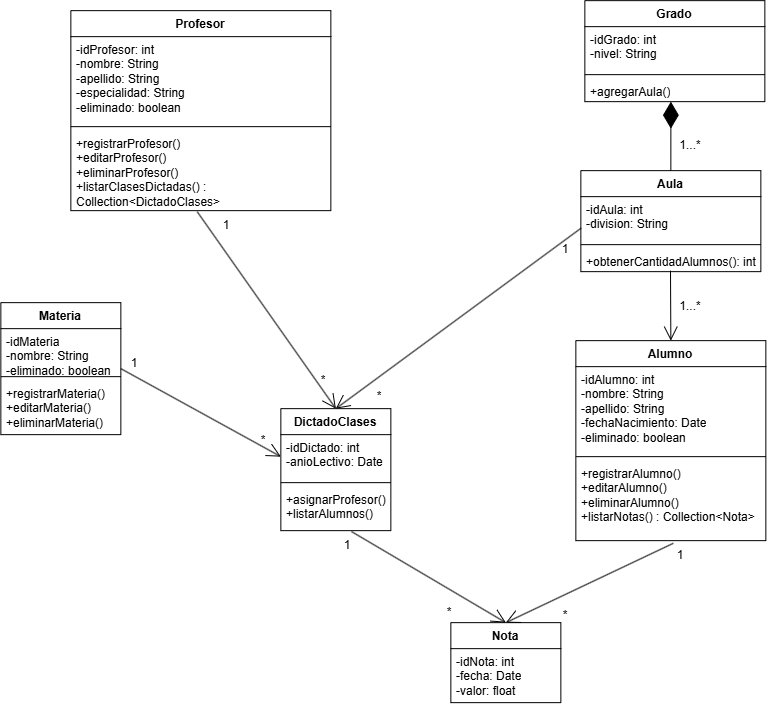
Earlier version of the draw.io export TRABAJO-PRACTICO-GUIA-NO-1/EJERCICIO6/a.AyD/DDC-EJ6.drawio.png (GabrielLeiva05/IS2-2026-33-DE-ESPADAS). Source tidied: cells renumbered, new cells last; positions are measured from the earlier drawing's top-left corner, leaving out a move shared by most shapes. Source of this version:
```xml
<mxGraphModel>
  <root>
    <mxCell id="0" />
    <mxCell id="1" parent="0" />
    <mxCell id="2" value="Alumno" style="swimlane;fontStyle=1;align=center;verticalAlign=top;horizontal=1;startSize=26;whiteSpace=wrap;html=1;" parent="1" vertex="1">
      <mxGeometry x="575" y="340" width="190" height="200" as="geometry" />
    </mxCell>
    <mxCell id="3" value="-idAlumno: int&lt;div&gt;-nombre: String&lt;/div&gt;&lt;div&gt;-apellido: String&lt;/div&gt;&lt;div&gt;-fechaNacimiento: Date&lt;/div&gt;&lt;div&gt;-eliminado: boolean&lt;/div&gt;" style="text;strokeColor=none;fillColor=none;align=left;verticalAlign=top;spacingLeft=4;spacingRight=4;overflow=hidden;whiteSpace=wrap;html=1;" parent="2" vertex="1">
      <mxGeometry y="26" width="190" height="86" as="geometry" />
    </mxCell>
    <mxCell id="4" style="line;strokeWidth=1;fillColor=none;align=left;verticalAlign=middle;spacingTop=-1;spacingLeft=3;spacingRight=3;labelPosition=right;strokeColor=inherit;" parent="2" vertex="1">
      <mxGeometry y="112" width="190" height="8" as="geometry" />
    </mxCell>
    <mxCell id="5" value="+registrarAlumno()&lt;div&gt;+editarAlumno()&lt;/div&gt;&lt;div&gt;+eliminarAlumno()&lt;/div&gt;&lt;div&gt;+listarNotas() : Collection&amp;lt;Nota&amp;gt;&lt;/div&gt;&lt;div&gt;&lt;br&gt;&lt;/div&gt;" style="text;strokeColor=none;fillColor=none;align=left;verticalAlign=top;spacingLeft=4;spacingRight=4;overflow=hidden;points=[[0,0.5],[1,0.5]];portConstraint=eastwest;whiteSpace=wrap;html=1;" parent="2" vertex="1">
      <mxGeometry y="120" width="190" height="80" as="geometry" />
    </mxCell>
    <mxCell id="6" value="Profesor" style="swimlane;fontStyle=1;align=center;verticalAlign=top;horizontal=1;startSize=26;whiteSpace=wrap;html=1;" parent="1" vertex="1">
      <mxGeometry x="70" y="10" width="260" height="200" as="geometry" />
    </mxCell>
    <mxCell id="7" value="-idProfesor: int&lt;div&gt;-nombre: String&lt;/div&gt;&lt;div&gt;-apellido: String&lt;/div&gt;&lt;div&gt;-especialidad: String&lt;/div&gt;&lt;div&gt;-eliminado: boolean&lt;/div&gt;" style="text;strokeColor=none;fillColor=none;align=left;verticalAlign=top;spacingLeft=4;spacingRight=4;overflow=hidden;whiteSpace=wrap;html=1;" parent="6" vertex="1">
      <mxGeometry y="26" width="260" height="86" as="geometry" />
    </mxCell>
    <mxCell id="8" style="line;strokeWidth=1;fillColor=none;align=left;verticalAlign=middle;spacingTop=-1;spacingLeft=3;spacingRight=3;labelPosition=right;strokeColor=inherit;" parent="6" vertex="1">
      <mxGeometry y="112" width="260" height="8" as="geometry" />
    </mxCell>
    <mxCell id="9" value="+registrarProfesor()&lt;div&gt;+editarProfesor()&lt;/div&gt;&lt;div&gt;+eliminarProfesor()&lt;/div&gt;&lt;div&gt;+listarClasesDictadas() : Collection&amp;lt;DictadoClases&amp;gt;&lt;/div&gt;&lt;div&gt;&lt;br&gt;&lt;/div&gt;" style="text;strokeColor=none;fillColor=none;align=left;verticalAlign=top;spacingLeft=4;spacingRight=4;overflow=hidden;points=[[0,0.5],[1,0.5]];portConstraint=eastwest;whiteSpace=wrap;html=1;" parent="6" vertex="1">
      <mxGeometry y="120" width="260" height="80" as="geometry" />
    </mxCell>
    <mxCell id="10" value="DictadoClases" style="swimlane;fontStyle=1;align=center;verticalAlign=top;horizontal=1;startSize=26;whiteSpace=wrap;html=1;" parent="1" vertex="1">
      <mxGeometry x="280" y="408" width="110" height="122" as="geometry" />
    </mxCell>
    <mxCell id="11" value="-idDictado: int&lt;div&gt;-anioLectivo: Date&lt;/div&gt;&lt;div&gt;&lt;br&gt;&lt;/div&gt;" style="text;strokeColor=none;fillColor=none;align=left;verticalAlign=top;spacingLeft=4;spacingRight=4;overflow=hidden;points=[[0,0.5],[1,0.5]];portConstraint=eastwest;whiteSpace=wrap;html=1;" parent="10" vertex="1">
      <mxGeometry y="26" width="110" height="44" as="geometry" />
    </mxCell>
    <mxCell id="12" style="line;strokeWidth=1;fillColor=none;align=left;verticalAlign=middle;spacingTop=-1;spacingLeft=3;spacingRight=3;labelPosition=right;strokeColor=inherit;" parent="10" vertex="1">
      <mxGeometry y="70" width="110" height="8" as="geometry" />
    </mxCell>
    <mxCell id="13" value="&lt;div&gt;+asignarProfesor()&lt;/div&gt;&lt;div&gt;+listarAlumnos()&lt;/div&gt;" style="text;strokeColor=none;fillColor=none;align=left;verticalAlign=top;spacingLeft=4;spacingRight=4;overflow=hidden;points=[[0,0.5],[1,0.5]];portConstraint=eastwest;whiteSpace=wrap;html=1;" parent="10" vertex="1">
      <mxGeometry y="78" width="110" height="44" as="geometry" />
    </mxCell>
    <mxCell id="14" value="Nota" style="swimlane;fontStyle=1;align=center;verticalAlign=top;horizontal=1;startSize=26;whiteSpace=wrap;html=1;" parent="1" vertex="1">
      <mxGeometry x="450" y="622" width="110" height="80" as="geometry" />
    </mxCell>
    <mxCell id="15" value="-idNota: int&lt;div&gt;-fecha: Date&lt;/div&gt;&lt;div&gt;-valor: float&lt;/div&gt;" style="text;strokeColor=none;fillColor=none;align=left;verticalAlign=top;spacingLeft=4;spacingRight=4;overflow=hidden;whiteSpace=wrap;html=1;" parent="14" vertex="1">
      <mxGeometry y="26" width="110" height="54" as="geometry" />
    </mxCell>
    <mxCell id="16" value="Materia" style="swimlane;fontStyle=1;align=center;verticalAlign=top;horizontal=1;startSize=26;whiteSpace=wrap;html=1;" parent="1" vertex="1">
      <mxGeometry y="302" width="120" height="132" as="geometry" />
    </mxCell>
    <mxCell id="17" value="&lt;div&gt;-idMateria&lt;/div&gt;&lt;div&gt;-nombre: String&lt;/div&gt;&lt;div&gt;-eliminado: boolean&lt;/div&gt;" style="text;strokeColor=none;fillColor=none;align=left;verticalAlign=top;spacingLeft=4;spacingRight=4;overflow=hidden;whiteSpace=wrap;html=1;" parent="16" vertex="1">
      <mxGeometry y="26" width="120" height="44" as="geometry" />
    </mxCell>
    <mxCell id="18" style="line;strokeWidth=1;fillColor=none;align=left;verticalAlign=middle;spacingTop=-1;spacingLeft=3;spacingRight=3;labelPosition=right;strokeColor=inherit;" parent="16" vertex="1">
      <mxGeometry y="70" width="120" height="8" as="geometry" />
    </mxCell>
    <mxCell id="19" value="+registrarMateria()&lt;div&gt;+editarMateria()&lt;/div&gt;&lt;div&gt;+eliminarMateria()&lt;/div&gt;" style="text;strokeColor=none;fillColor=none;align=left;verticalAlign=top;spacingLeft=4;spacingRight=4;overflow=hidden;whiteSpace=wrap;html=1;" parent="16" vertex="1">
      <mxGeometry y="78" width="120" height="54" as="geometry" />
    </mxCell>
    <mxCell id="20" value="Aula" style="swimlane;fontStyle=1;align=center;verticalAlign=top;horizontal=1;startSize=26;whiteSpace=wrap;html=1;" parent="1" vertex="1">
      <mxGeometry x="580" y="170" width="180" height="101" as="geometry" />
    </mxCell>
    <mxCell id="21" value="-idAula: int&lt;div&gt;-division: String&lt;/div&gt;" style="text;strokeColor=none;fillColor=none;align=left;verticalAlign=top;spacingLeft=4;spacingRight=4;overflow=hidden;points=[[0,0.5],[1,0.5]];portConstraint=eastwest;whiteSpace=wrap;html=1;" parent="20" vertex="1">
      <mxGeometry y="26" width="180" height="44" as="geometry" />
    </mxCell>
    <mxCell id="22" style="line;strokeWidth=1;fillColor=none;align=left;verticalAlign=middle;spacingTop=-1;spacingLeft=3;spacingRight=3;labelPosition=right;strokeColor=inherit;" parent="20" vertex="1">
      <mxGeometry y="70" width="180" height="8" as="geometry" />
    </mxCell>
    <mxCell id="23" value="+obtenerCantidadAlumnos(): int" style="text;strokeColor=none;fillColor=none;align=left;verticalAlign=top;spacingLeft=4;spacingRight=4;overflow=hidden;points=[[0,0.5],[1,0.5]];portConstraint=eastwest;whiteSpace=wrap;html=1;" parent="20" vertex="1">
      <mxGeometry y="78" width="180" height="23" as="geometry" />
    </mxCell>
    <mxCell id="24" value="Grado" style="swimlane;fontStyle=1;align=center;verticalAlign=top;horizontal=1;startSize=26;whiteSpace=wrap;html=1;" parent="1" vertex="1">
      <mxGeometry x="584" width="180" height="101" as="geometry" />
    </mxCell>
    <mxCell id="25" value="-idGrado: int&lt;div&gt;-nivel: String&lt;/div&gt;" style="text;strokeColor=none;fillColor=none;align=left;verticalAlign=top;spacingLeft=4;spacingRight=4;overflow=hidden;whiteSpace=wrap;html=1;" parent="24" vertex="1">
      <mxGeometry y="26" width="180" height="44" as="geometry" />
    </mxCell>
    <mxCell id="26" style="line;strokeWidth=1;fillColor=none;align=left;verticalAlign=middle;spacingTop=-1;spacingLeft=3;spacingRight=3;labelPosition=right;strokeColor=inherit;" parent="24" vertex="1">
      <mxGeometry y="70" width="180" height="8" as="geometry" />
    </mxCell>
    <mxCell id="27" value="+agregarAula()" style="text;strokeColor=none;fillColor=none;align=left;verticalAlign=top;spacingLeft=4;spacingRight=4;overflow=hidden;points=[[0,0.5],[1,0.5]];portConstraint=eastwest;whiteSpace=wrap;html=1;" parent="24" vertex="1">
      <mxGeometry y="78" width="180" height="23" as="geometry" />
    </mxCell>
    <mxCell id="28" style="endArrow=diamondThin;endFill=1;endSize=24;html=1;rounded=0;entryX=0.478;entryY=1;entryDx=0;entryDy=0;entryPerimeter=0;exitX=0.5;exitY=0;exitDx=0;exitDy=0;" parent="1" edge="1" source="20" target="27">
      <mxGeometry relative="1" as="geometry" />
    </mxCell>
    <mxCell id="29" style="endArrow=open;endFill=1;endSize=12;html=1;rounded=0;exitX=0.498;exitY=0.957;exitDx=0;exitDy=0;exitPerimeter=0;entryX=0.5;entryY=0;entryDx=0;entryDy=0;" parent="1" edge="1" source="23" target="2">
      <mxGeometry relative="1" as="geometry" />
    </mxCell>
    <mxCell id="30" style="endArrow=open;endFill=1;endSize=12;html=1;rounded=0;entryX=0.5;entryY=0;entryDx=0;entryDy=0;exitX=0.513;exitY=1.033;exitDx=0;exitDy=0;exitPerimeter=0;" parent="1" edge="1" source="5" target="14">
      <mxGeometry relative="1" as="geometry" />
    </mxCell>
    <mxCell id="31" style="endArrow=open;endFill=1;endSize=12;html=1;rounded=0;entryX=0.5;entryY=0;entryDx=0;entryDy=0;exitX=0.642;exitY=1.02;exitDx=0;exitDy=0;exitPerimeter=0;" parent="1" edge="1" source="13" target="14">
      <mxGeometry relative="1" as="geometry" />
    </mxCell>
    <mxCell id="32" style="endArrow=open;endFill=1;endSize=12;html=1;rounded=0;entryX=0.5;entryY=0;entryDx=0;entryDy=0;exitX=0.002;exitY=0.714;exitDx=0;exitDy=0;exitPerimeter=0;" parent="1" edge="1" source="21" target="10">
      <mxGeometry relative="1" as="geometry" />
    </mxCell>
    <mxCell id="33" style="endArrow=open;endFill=1;endSize=12;html=1;rounded=0;entryX=0.5;entryY=0;entryDx=0;entryDy=0;exitX=0.486;exitY=1.013;exitDx=0;exitDy=0;exitPerimeter=0;" parent="1" edge="1" source="9" target="10">
      <mxGeometry relative="1" as="geometry" />
    </mxCell>
    <mxCell id="34" style="endArrow=open;endFill=1;endSize=12;html=1;rounded=0;exitX=1;exitY=0.5;exitDx=0;exitDy=0;entryX=0;entryY=0.5;entryDx=0;entryDy=0;" parent="1" edge="1" source="16" target="11">
      <mxGeometry relative="1" as="geometry" />
    </mxCell>
    <mxCell id="35" value="1...*" style="text;html=1;whiteSpace=wrap;strokeColor=none;fillColor=none;align=center;verticalAlign=middle;rounded=0;" parent="1" vertex="1">
      <mxGeometry x="660" y="130" width="60" height="30" as="geometry" />
    </mxCell>
    <mxCell id="36" value="1...*" style="text;html=1;whiteSpace=wrap;strokeColor=none;fillColor=none;align=center;verticalAlign=middle;rounded=0;" parent="1" vertex="1">
      <mxGeometry x="660" y="291" width="60" height="30" as="geometry" />
    </mxCell>
    <mxCell id="37" value="1" style="text;html=1;whiteSpace=wrap;strokeColor=none;fillColor=none;align=center;verticalAlign=middle;rounded=0;" parent="1" vertex="1">
      <mxGeometry x="650" y="540" width="60" height="30" as="geometry" />
    </mxCell>
    <mxCell id="38" value="*" style="text;html=1;whiteSpace=wrap;strokeColor=none;fillColor=none;align=center;verticalAlign=middle;rounded=0;" parent="1" vertex="1">
      <mxGeometry x="535" y="600" width="60" height="30" as="geometry" />
    </mxCell>
    <mxCell id="39" value="1" style="text;html=1;whiteSpace=wrap;strokeColor=none;fillColor=none;align=center;verticalAlign=middle;rounded=0;" parent="1" vertex="1">
      <mxGeometry x="317" y="530" width="60" height="30" as="geometry" />
    </mxCell>
    <mxCell id="40" value="*" style="text;html=1;whiteSpace=wrap;strokeColor=none;fillColor=none;align=center;verticalAlign=middle;rounded=0;" parent="1" vertex="1">
      <mxGeometry x="419" y="597" width="60" height="30" as="geometry" />
    </mxCell>
    <mxCell id="41" value="1" style="text;html=1;whiteSpace=wrap;strokeColor=none;fillColor=none;align=center;verticalAlign=middle;rounded=0;" parent="1" vertex="1">
      <mxGeometry x="196" y="210" width="60" height="30" as="geometry" />
    </mxCell>
    <mxCell id="42" value="*" style="text;html=1;whiteSpace=wrap;strokeColor=none;fillColor=none;align=center;verticalAlign=middle;rounded=0;" parent="1" vertex="1">
      <mxGeometry x="293" y="365" width="60" height="30" as="geometry" />
    </mxCell>
    <mxCell id="43" value="1" style="text;html=1;whiteSpace=wrap;strokeColor=none;fillColor=none;align=center;verticalAlign=middle;rounded=0;" parent="1" vertex="1">
      <mxGeometry x="535" y="234" width="60" height="30" as="geometry" />
    </mxCell>
    <mxCell id="44" value="*" style="text;html=1;whiteSpace=wrap;strokeColor=none;fillColor=none;align=center;verticalAlign=middle;rounded=0;" parent="1" vertex="1">
      <mxGeometry x="349" y="381" width="60" height="30" as="geometry" />
    </mxCell>
    <mxCell id="45" value="1" style="text;html=1;whiteSpace=wrap;strokeColor=none;fillColor=none;align=center;verticalAlign=middle;rounded=0;" parent="1" vertex="1">
      <mxGeometry x="104" y="348" width="60" height="30" as="geometry" />
    </mxCell>
    <mxCell id="46" value="*" style="text;html=1;whiteSpace=wrap;strokeColor=none;fillColor=none;align=center;verticalAlign=middle;rounded=0;" parent="1" vertex="1">
      <mxGeometry x="233" y="425" width="60" height="30" as="geometry" />
    </mxCell>
  </root>
</mxGraphModel>
```
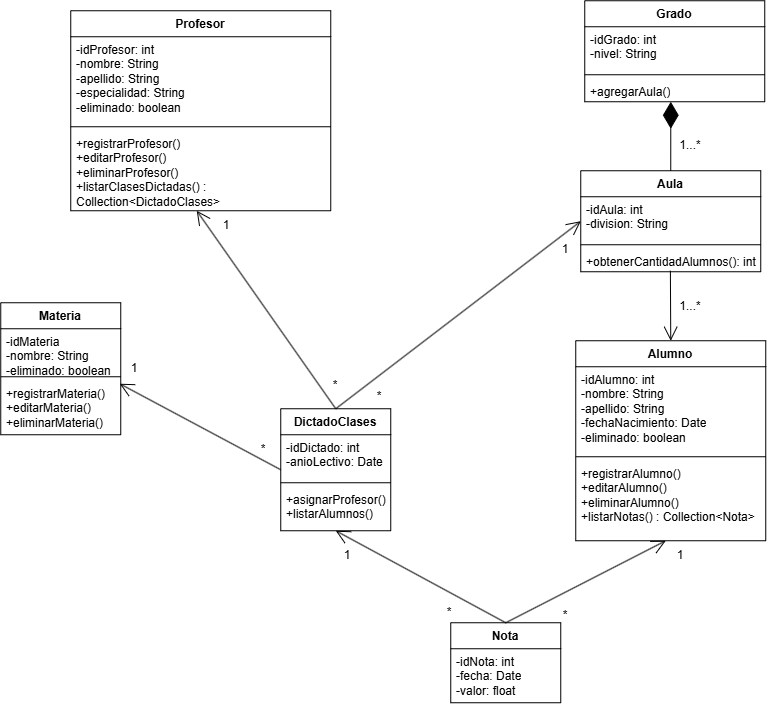
Above is the later version.

Commit message:
Modificamos el diagrama de clases de disenio del EJ6.

Diff of the diagram source:
```diff
@@ -86,21 +86,6 @@
     <mxCell id="29" style="endArrow=open;endFill=1;endSize=12;html=1;rounded=0;exitX=0.498;exitY=0.957;exitDx=0;exitDy=0;exitPerimeter=0;entryX=0.5;entryY=0;entryDx=0;entryDy=0;" parent="1" edge="1" source="23" target="2">
       <mxGeometry relative="1" as="geometry" />
     </mxCell>
-    <mxCell id="30" style="endArrow=open;endFill=1;endSize=12;html=1;rounded=0;entryX=0.5;entryY=0;entryDx=0;entryDy=0;exitX=0.513;exitY=1.033;exitDx=0;exitDy=0;exitPerimeter=0;" parent="1" edge="1" source="5" target="14">
-      <mxGeometry relative="1" as="geometry" />
-    </mxCell>
-    <mxCell id="31" style="endArrow=open;endFill=1;endSize=12;html=1;rounded=0;entryX=0.5;entryY=0;entryDx=0;entryDy=0;exitX=0.642;exitY=1.02;exitDx=0;exitDy=0;exitPerimeter=0;" parent="1" edge="1" source="13" target="14">
-      <mxGeometry relative="1" as="geometry" />
-    </mxCell>
-    <mxCell id="32" style="endArrow=open;endFill=1;endSize=12;html=1;rounded=0;entryX=0.5;entryY=0;entryDx=0;entryDy=0;exitX=0.002;exitY=0.714;exitDx=0;exitDy=0;exitPerimeter=0;" parent="1" edge="1" source="21" target="10">
-      <mxGeometry relative="1" as="geometry" />
-    </mxCell>
-    <mxCell id="33" style="endArrow=open;endFill=1;endSize=12;html=1;rounded=0;entryX=0.5;entryY=0;entryDx=0;entryDy=0;exitX=0.486;exitY=1.013;exitDx=0;exitDy=0;exitPerimeter=0;" parent="1" edge="1" source="9" target="10">
-      <mxGeometry relative="1" as="geometry" />
-    </mxCell>
-    <mxCell id="34" style="endArrow=open;endFill=1;endSize=12;html=1;rounded=0;exitX=1;exitY=0.5;exitDx=0;exitDy=0;entryX=0;entryY=0.5;entryDx=0;entryDy=0;" parent="1" edge="1" source="16" target="11">
-      <mxGeometry relative="1" as="geometry" />
-    </mxCell>
     <mxCell id="35" value="1...*" style="text;html=1;whiteSpace=wrap;strokeColor=none;fillColor=none;align=center;verticalAlign=middle;rounded=0;" parent="1" vertex="1">
       <mxGeometry x="660" y="130" width="60" height="30" as="geometry" />
     </mxCell>
@@ -114,7 +99,7 @@
       <mxGeometry x="535" y="600" width="60" height="30" as="geometry" />
     </mxCell>
     <mxCell id="39" value="1" style="text;html=1;whiteSpace=wrap;strokeColor=none;fillColor=none;align=center;verticalAlign=middle;rounded=0;" parent="1" vertex="1">
-      <mxGeometry x="317" y="530" width="60" height="30" as="geometry" />
+      <mxGeometry x="317" y="540" width="60" height="30" as="geometry" />
     </mxCell>
     <mxCell id="40" value="*" style="text;html=1;whiteSpace=wrap;strokeColor=none;fillColor=none;align=center;verticalAlign=middle;rounded=0;" parent="1" vertex="1">
       <mxGeometry x="419" y="597" width="60" height="30" as="geometry" />
@@ -123,7 +108,7 @@
       <mxGeometry x="196" y="210" width="60" height="30" as="geometry" />
     </mxCell>
     <mxCell id="42" value="*" style="text;html=1;whiteSpace=wrap;strokeColor=none;fillColor=none;align=center;verticalAlign=middle;rounded=0;" parent="1" vertex="1">
-      <mxGeometry x="293" y="365" width="60" height="30" as="geometry" />
+      <mxGeometry x="305" y="370" width="60" height="30" as="geometry" />
     </mxCell>
     <mxCell id="43" value="1" style="text;html=1;whiteSpace=wrap;strokeColor=none;fillColor=none;align=center;verticalAlign=middle;rounded=0;" parent="1" vertex="1">
       <mxGeometry x="535" y="234" width="60" height="30" as="geometry" />
@@ -132,10 +117,25 @@
       <mxGeometry x="349" y="381" width="60" height="30" as="geometry" />
     </mxCell>
     <mxCell id="45" value="1" style="text;html=1;whiteSpace=wrap;strokeColor=none;fillColor=none;align=center;verticalAlign=middle;rounded=0;" parent="1" vertex="1">
-      <mxGeometry x="104" y="348" width="60" height="30" as="geometry" />
+      <mxGeometry x="104" y="353" width="60" height="30" as="geometry" />
     </mxCell>
     <mxCell id="46" value="*" style="text;html=1;whiteSpace=wrap;strokeColor=none;fillColor=none;align=center;verticalAlign=middle;rounded=0;" parent="1" vertex="1">
-      <mxGeometry x="233" y="425" width="60" height="30" as="geometry" />
+      <mxGeometry x="233" y="434" width="60" height="30" as="geometry" />
     </mxCell>
+    <mxCell id="47" style="endArrow=open;endFill=1;endSize=12;html=1;rounded=0;entryX=0;entryY=0.5;entryDx=0;entryDy=0;exitX=0.5;exitY=0;exitDx=0;exitDy=0;" parent="1" edge="1" source="10" target="20">
+      <mxGeometry relative="1" as="geometry" />
+    </mxCell>
+    <mxCell id="48" style="endArrow=open;endFill=1;endSize=12;html=1;rounded=0;entryX=0;entryY=0;entryDx=0;entryDy=0;exitX=0.5;exitY=0;exitDx=0;exitDy=0;" parent="1" edge="1" source="10" target="41">
+      <mxGeometry relative="1" as="geometry" />
+    </mxCell>
+    <mxCell id="49" style="endArrow=open;endFill=1;endSize=12;html=1;rounded=0;entryX=0.25;entryY=1;entryDx=0;entryDy=0;exitX=0;exitY=0.5;exitDx=0;exitDy=0;" parent="1" edge="1" source="10" target="45">
+      <mxGeometry relative="1" as="geometry" />
+    </mxCell>
+    <mxCell id="50" style="endArrow=open;endFill=1;endSize=12;html=1;rounded=0;entryX=0.25;entryY=0;entryDx=0;entryDy=0;exitX=0.5;exitY=0;exitDx=0;exitDy=0;" parent="1" edge="1" source="14" target="37">
+      <mxGeometry relative="1" as="geometry" />
+    </mxCell>
+    <mxCell id="51" style="endArrow=open;endFill=1;endSize=12;html=1;rounded=0;entryX=0.5;entryY=1;entryDx=0;entryDy=0;exitX=0.5;exitY=0;exitDx=0;exitDy=0;" parent="1" edge="1" source="14" target="10">
+      <mxGeometry relative="1" as="geometry" />
+    </mxCell>
   </root>
 </mxGraphModel>
```
